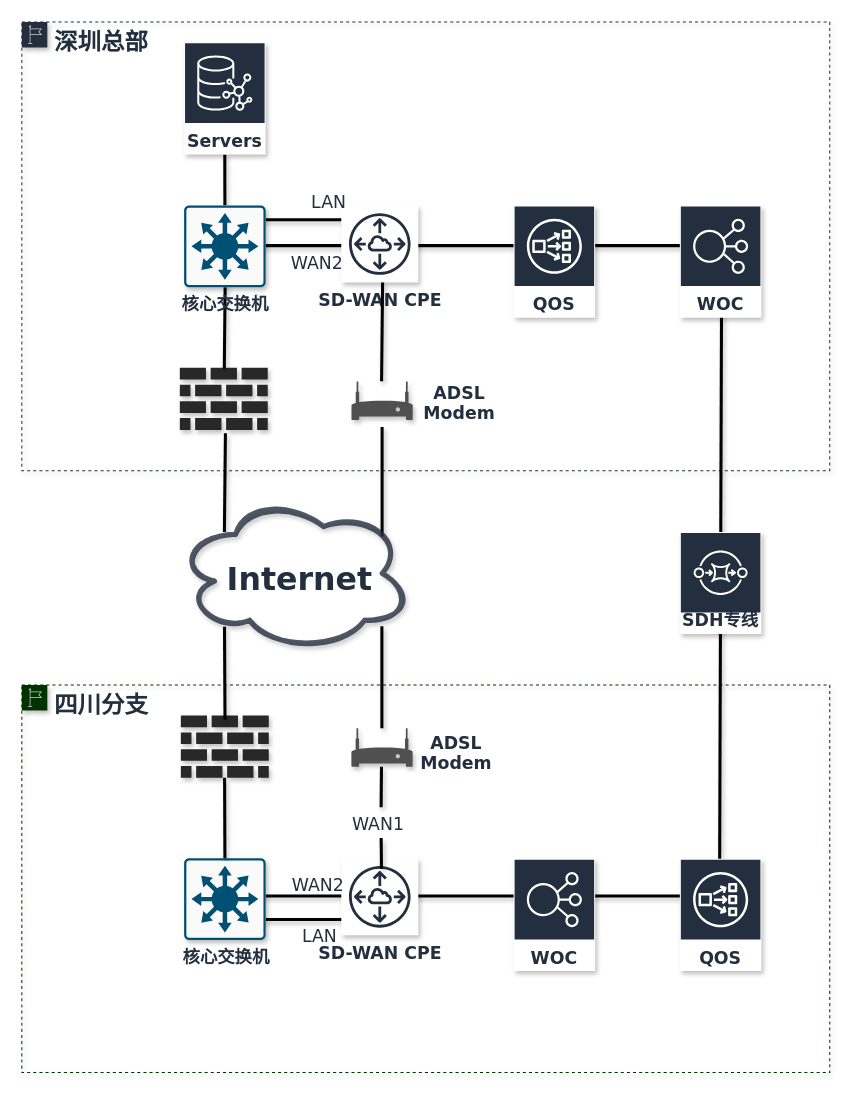
Earlier version of the draw.io diagram page "方案1" (2 of 4) of Untitled Diagram.drawio (ZILLIONTSANG/NetworkDiagrams). Source tidied: cells renumbered, new cells numbered last; positions are measured from the earlier drawing's top-left corner, leaving out a move shared by most shapes. Both pictures are drawn from the tidied source at 102%, with x=0, y=0 at pixel (21, 21).
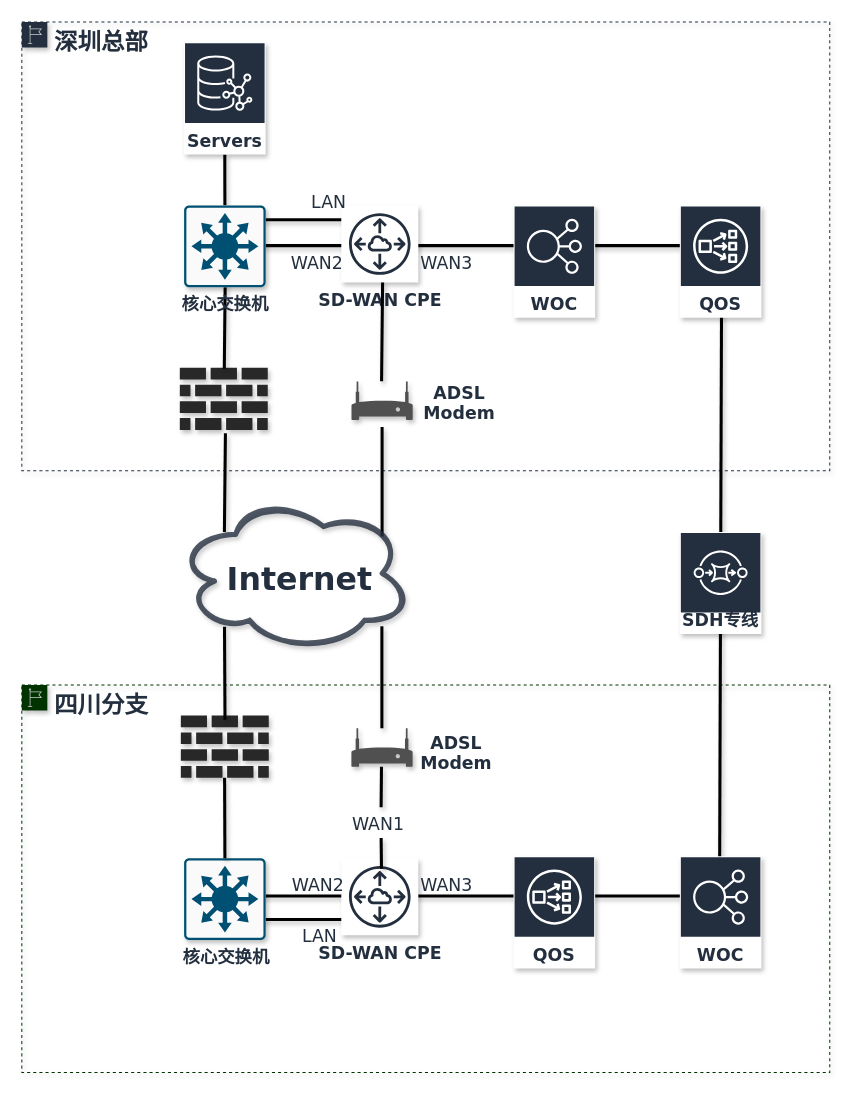
Above is the later version.

The edit, as a diff of the source:
```diff
@@
     <mxCell id="9" value="WOC" style="fontColor=#232F3E;gradientColor=none;strokeColor=#ffffff;fillColor=#232F3E;dashed=0;verticalLabelPosition=middle;verticalAlign=bottom;align=center;html=1;whiteSpace=wrap;fontSize=17;fontStyle=1;spacing=3;shape=mxgraph.aws4.productIcon;prIcon=mxgraph.aws4.elastic_load_balancing;fontFamily=Verdana;shadow=1;" parent="1" vertex="1">
-      <mxGeometry x="645" y="180" width="80" height="110" as="geometry" />
+      <mxGeometry x="645" y="818" width="80" height="110" as="geometry" />
     </mxCell>
     <mxCell id="10" value="QOS" style="fontColor=#232F3E;gradientColor=none;strokeColor=#ffffff;fillColor=#232F3E;dashed=0;verticalLabelPosition=middle;verticalAlign=bottom;align=center;html=1;whiteSpace=wrap;fontSize=17;fontStyle=1;spacing=3;shape=mxgraph.aws4.productIcon;prIcon=mxgraph.aws4.network_load_balancer;fontFamily=Verdana;shadow=1;" parent="1" vertex="1">
-      <mxGeometry x="482" y="180" width="80" height="110" as="geometry" />
+      <mxGeometry x="482" y="818" width="80" height="110" as="geometry" />
     </mxCell>
@@
     <mxCell id="17" value="WOC" style="fontColor=#232F3E;gradientColor=none;strokeColor=#ffffff;fillColor=#232F3E;dashed=0;verticalLabelPosition=middle;verticalAlign=bottom;align=center;html=1;whiteSpace=wrap;fontSize=17;fontStyle=1;spacing=3;shape=mxgraph.aws4.productIcon;prIcon=mxgraph.aws4.elastic_load_balancing;fontFamily=Verdana;shadow=1;" parent="1" vertex="1">
-      <mxGeometry x="482" y="820.5" width="80" height="110" as="geometry" />
+      <mxGeometry x="482" y="180" width="80" height="110" as="geometry" />
     </mxCell>
@@
     <mxCell id="19" value="QOS" style="fontColor=#232F3E;gradientColor=none;strokeColor=#ffffff;fillColor=#232F3E;dashed=0;verticalLabelPosition=middle;verticalAlign=bottom;align=center;html=1;whiteSpace=wrap;fontSize=17;fontStyle=1;spacing=3;shape=mxgraph.aws4.productIcon;prIcon=mxgraph.aws4.network_load_balancer;fontFamily=Verdana;shadow=1;" parent="1" vertex="1">
-      <mxGeometry x="645" y="820.5" width="80" height="110" as="geometry" />
+      <mxGeometry x="645" y="180" width="80" height="110" as="geometry" />
     </mxCell>
@@
+    <mxCell id="45" value="&lt;font face=&quot;verdana&quot;&gt;WAN3&lt;/font&gt;" style="text;whiteSpace=wrap;html=1;fontSize=17;fontFamily=Verdana;fontColor=#232F3E;shadow=1;" parent="1" vertex="1">
+      <mxGeometry x="388.6" y="830" width="60" height="22" as="geometry" />
+    </mxCell>
+    <mxCell id="46" value="&lt;font face=&quot;verdana&quot;&gt;WAN3&lt;/font&gt;" style="text;whiteSpace=wrap;html=1;fontSize=17;fontFamily=Verdana;fontColor=#232F3E;shadow=1;" parent="1" vertex="1">
+      <mxGeometry x="388.6" y="220" width="60" height="22" as="geometry" />
+    </mxCell>
```
